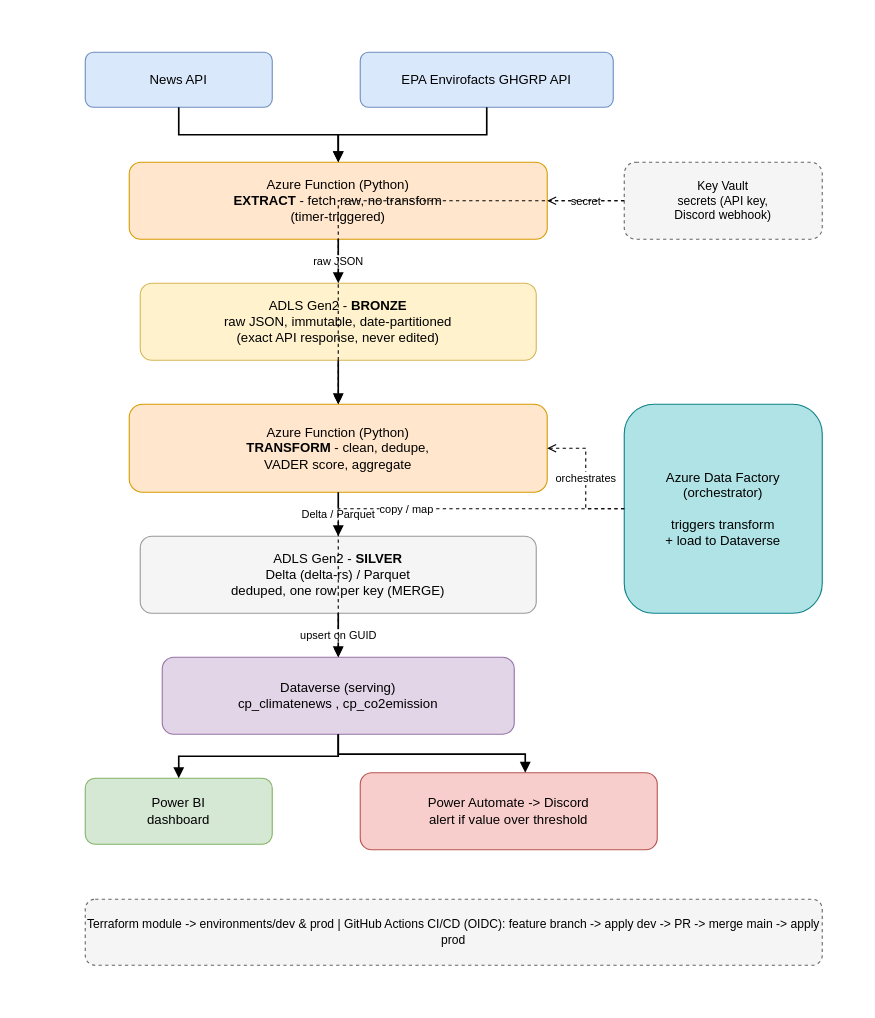
Earlier version of the draw.io diagram page "Project Flowchart" (1 of 2) of PROJECT_FLOW_CHART.drawio (Daponte29/azure-energy-sentiment-pipeline). Source tidied: cells renumbered, new cells numbered last; positions are measured from the earlier drawing's top-left corner, leaving out a move shared by most shapes. Both pictures are drawn from the tidied source at 110%, with x=0, y=0 at pixel (85, 52).
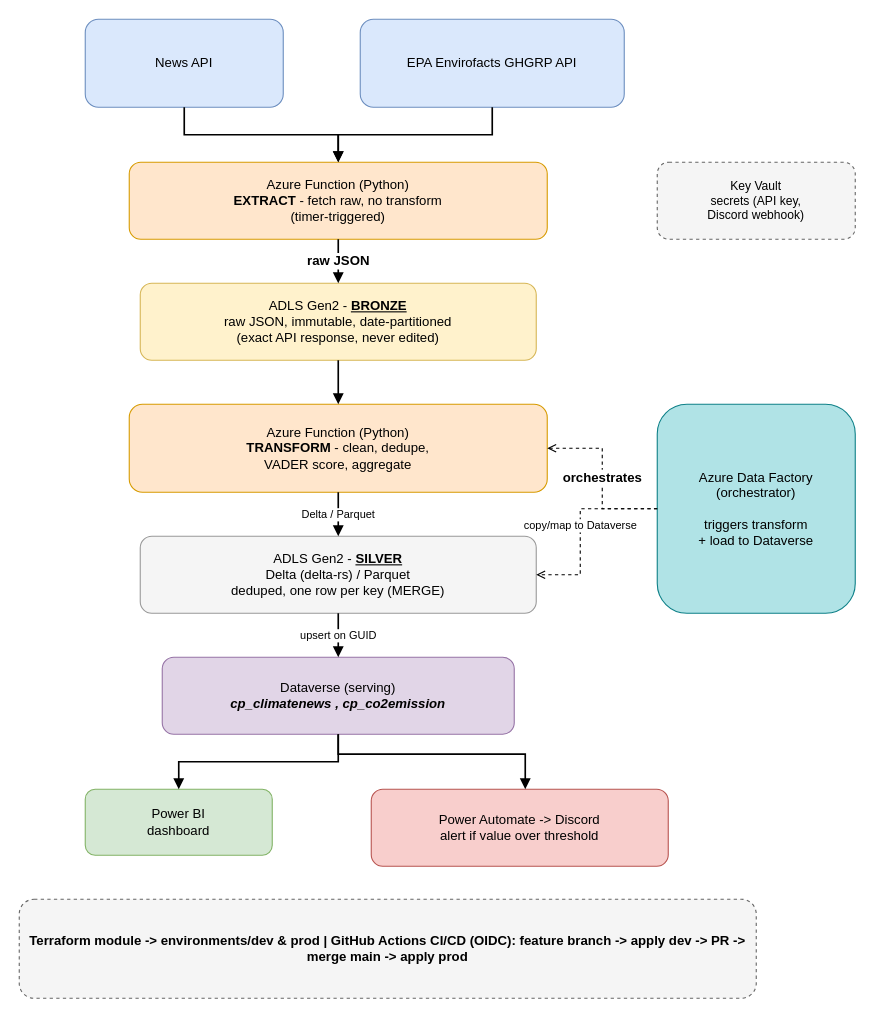
After the change.

Commit message (it also covers changes not shown here):
feat(terraform): enable ADLS Gen2 (HNS)

Unchanged cells that the change refers to:
```xml
<mxCell id="4" value="Azure Function (Python)&lt;br&gt;&lt;b&gt;EXTRACT&lt;/b&gt; - fetch raw, no transform&lt;br&gt;(timer-triggered)" style="rounded=1;whiteSpace=wrap;html=1;fillColor=#ffe6cc;strokeColor=#d79b00;fontSize=12;" parent="1" vertex="1">
  <mxGeometry x="40" y="100" width="380" height="70" as="geometry" />
</mxCell>
<mxCell id="6" value="Azure Function (Python)&lt;br&gt;&lt;b&gt;TRANSFORM&lt;/b&gt; - clean, dedupe,&lt;br&gt;VADER score, aggregate" style="rounded=1;whiteSpace=wrap;html=1;fillColor=#ffe6cc;strokeColor=#d79b00;fontSize=12;" parent="1" vertex="1">
  <mxGeometry x="40" y="320" width="380" height="80" as="geometry" />
</mxCell>
```

What changed in the source:
```diff
@@
     <mxCell id="2" value="News API" style="rounded=1;whiteSpace=wrap;html=1;fillColor=#dae8fc;strokeColor=#6c8ebf;fontSize=12;" parent="1" vertex="1">
-      <mxGeometry width="170" height="50" as="geometry" />
+      <mxGeometry y="-30" width="180" height="80" as="geometry" />
     </mxCell>
     <mxCell id="3" value="EPA Envirofacts GHGRP API" style="rounded=1;whiteSpace=wrap;html=1;fillColor=#dae8fc;strokeColor=#6c8ebf;fontSize=12;" parent="1" vertex="1">
-      <mxGeometry x="250" width="230" height="50" as="geometry" />
+      <mxGeometry x="250" y="-30" width="240" height="80" as="geometry" />
     </mxCell>
@@
-    <mxCell id="5" value="ADLS Gen2 - &lt;b&gt;BRONZE&lt;/b&gt;&lt;br&gt;raw JSON, immutable, date-partitioned&lt;br&gt;(exact API response, never edited)" style="rounded=1;whiteSpace=wrap;html=1;fillColor=#fff2cc;strokeColor=#d6b656;fontSize=12;" parent="1" vertex="1">
+    <mxCell id="5" value="ADLS Gen2 - &lt;b&gt;&lt;u&gt;BRONZE&lt;/u&gt;&lt;/b&gt;&lt;br&gt;raw JSON, immutable, date-partitioned&lt;br&gt;(exact API response, never edited)" style="rounded=1;whiteSpace=wrap;html=1;fillColor=#fff2cc;strokeColor=#d6b656;fontSize=12;" parent="1" vertex="1">
       <mxGeometry x="50" y="210" width="360" height="70" as="geometry" />
     </mxCell>
@@
-    <mxCell id="7" value="ADLS Gen2 - &lt;b&gt;SILVER&lt;/b&gt;&lt;br&gt;Delta (delta-rs) / Parquet&lt;br&gt;deduped, one row per key (MERGE)" style="rounded=1;whiteSpace=wrap;html=1;fillColor=#f5f5f5;strokeColor=#999999;fontSize=12;" parent="1" vertex="1">
+    <mxCell id="7" value="ADLS Gen2 - &lt;b&gt;&lt;u&gt;SILVER&lt;/u&gt;&lt;/b&gt;&lt;br&gt;Delta (delta-rs) / Parquet&lt;br&gt;deduped, one row per key (MERGE)" style="rounded=1;whiteSpace=wrap;html=1;fillColor=#f5f5f5;strokeColor=#999999;fontSize=12;" parent="1" vertex="1">
       <mxGeometry x="50" y="440" width="360" height="70" as="geometry" />
     </mxCell>
-    <mxCell id="8" value="Dataverse (serving)&lt;br&gt;cp_climatenews , cp_co2emission" style="rounded=1;whiteSpace=wrap;html=1;fillColor=#e1d5e7;strokeColor=#9673a6;fontSize=12;" parent="1" vertex="1">
+    <mxCell id="8" value="Dataverse (serving)&lt;br&gt;&lt;i&gt;&lt;b&gt;cp_climatenews , cp_co2emission&lt;/b&gt;&lt;/i&gt;" style="rounded=1;whiteSpace=wrap;html=1;fillColor=#e1d5e7;strokeColor=#9673a6;fontSize=12;" parent="1" vertex="1">
       <mxGeometry x="70" y="550" width="320" height="70" as="geometry" />
     </mxCell>
     <mxCell id="9" value="Power BI&lt;br&gt;dashboard" style="rounded=1;whiteSpace=wrap;html=1;fillColor=#d5e8d4;strokeColor=#82b366;fontSize=12;" parent="1" vertex="1">
-      <mxGeometry y="660" width="170" height="60" as="geometry" />
+      <mxGeometry y="670" width="170" height="60" as="geometry" />
     </mxCell>
     <mxCell id="10" value="Power Automate -&gt; Discord&lt;br&gt;alert if value over threshold" style="rounded=1;whiteSpace=wrap;html=1;fillColor=#f8cecc;strokeColor=#b85450;fontSize=12;" parent="1" vertex="1">
-      <mxGeometry x="250" y="655" width="270" height="70" as="geometry" />
+      <mxGeometry x="260" y="670" width="270" height="70" as="geometry" />
     </mxCell>
     <mxCell id="11" value="Azure Data Factory&lt;br&gt;(orchestrator)&lt;br&gt;&lt;br&gt;triggers transform&lt;br&gt;+ load to Dataverse" style="rounded=1;whiteSpace=wrap;html=1;fillColor=#b0e3e6;strokeColor=#0e8088;fontSize=12;" parent="1" vertex="1">
-      <mxGeometry x="490" y="320" width="180" height="190" as="geometry" />
+      <mxGeometry x="520" y="320" width="180" height="190" as="geometry" />
     </mxCell>
     <mxCell id="12" value="Key Vault&lt;br&gt;secrets (API key,&lt;br&gt;Discord webhook)" style="rounded=1;whiteSpace=wrap;html=1;dashed=1;fillColor=#f5f5f5;strokeColor=#666666;fontSize=11;" parent="1" vertex="1">
-      <mxGeometry x="490" y="100" width="180" height="70" as="geometry" />
+      <mxGeometry x="520" y="100" width="180" height="70" as="geometry" />
     </mxCell>
-    <mxCell id="13" value="Terraform module -&gt; environments/dev &amp; prod   |   GitHub Actions CI/CD (OIDC): feature branch -&gt; apply dev -&gt; PR -&gt; merge main -&gt; apply prod" style="rounded=1;whiteSpace=wrap;html=1;dashed=1;fillColor=#f5f5f5;strokeColor=#666666;fontSize=11;" parent="1" vertex="1">
-      <mxGeometry y="770" width="670" height="60" as="geometry" />
+    <mxCell id="13" value="&lt;font style=&quot;font-size: 12px;&quot;&gt;&lt;b&gt;Terraform module -&amp;gt; environments/dev &amp;amp; prod   |   GitHub Actions CI/CD (OIDC): feature branch -&amp;gt; apply dev -&amp;gt; PR -&amp;gt; merge main -&amp;gt; apply prod&lt;/b&gt;&lt;/font&gt;" style="rounded=1;whiteSpace=wrap;html=1;dashed=1;fillColor=#f5f5f5;strokeColor=#666666;fontSize=11;" parent="1" vertex="1">
+      <mxGeometry x="-60" y="770" width="670" height="90" as="geometry" />
     </mxCell>
@@
-    <mxCell id="16" value="raw JSON" style="edgeStyle=orthogonalEdgeStyle;rounded=0;html=1;endArrow=block;endFill=1;strokeWidth=1.5;fontSize=10;" parent="1" edge="1" source="4" target="5">
+    <mxCell id="16" value="&lt;font style=&quot;font-size: 12px;&quot;&gt;&lt;b&gt;raw JSON&lt;/b&gt;&lt;/font&gt;" style="edgeStyle=orthogonalEdgeStyle;rounded=0;html=1;endArrow=block;endFill=1;strokeWidth=1.5;fontSize=10;" parent="1" edge="1" source="4" target="5">
       <mxGeometry relative="1" as="geometry" />
     </mxCell>
@@
-    <mxCell id="22" value="orchestrates" style="edgeStyle=orthogonalEdgeStyle;rounded=0;html=1;endArrow=open;dashed=1;strokeWidth=1;fontSize=10;" parent="1" edge="1" source="11" target="6">
+    <mxCell id="22" value="&lt;font style=&quot;font-size: 12px;&quot;&gt;&lt;b&gt;orchestrates&lt;/b&gt;&lt;/font&gt;" style="edgeStyle=orthogonalEdgeStyle;rounded=0;html=1;endArrow=open;dashed=1;strokeWidth=1;fontSize=10;" parent="1" edge="1" source="11" target="6">
       <mxGeometry relative="1" as="geometry" />
     </mxCell>
-    <mxCell id="23" value="copy / map" style="edgeStyle=orthogonalEdgeStyle;rounded=0;html=1;endArrow=open;dashed=1;strokeWidth=1;fontSize=10;" parent="1" edge="1" source="11" target="8">
-      <mxGeometry relative="1" as="geometry" />
+    <mxCell id="23" value="copy/map to Dataverse" style="edgeStyle=orthogonalEdgeStyle;rounded=0;html=1;endArrow=open;dashed=1;strokeWidth=1;fontSize=10;" parent="1" edge="1" source="11" target="7">
+      <mxGeometry relative="1" as="geometry">
+        <Array as="points">
+          <mxPoint x="450" y="415" />
+          <mxPoint x="450" y="475" />
+        </Array>
+      </mxGeometry>
     </mxCell>
-    <mxCell id="24" value="secret" style="edgeStyle=orthogonalEdgeStyle;rounded=0;html=1;endArrow=open;dashed=1;strokeWidth=1;fontSize=10;" parent="1" edge="1" source="12" target="4">
-      <mxGeometry relative="1" as="geometry" />
-    </mxCell>
-    <mxCell id="25" style="edgeStyle=orthogonalEdgeStyle;rounded=0;html=1;endArrow=open;dashed=1;strokeWidth=1;fontSize=10;" parent="1" edge="1" source="12" target="6">
-      <mxGeometry relative="1" as="geometry">
-        <Array as="points">
-          <mxPoint x="230" y="135" />
-        </Array>
-      </mxGeometry>
-    </mxCell>
```
